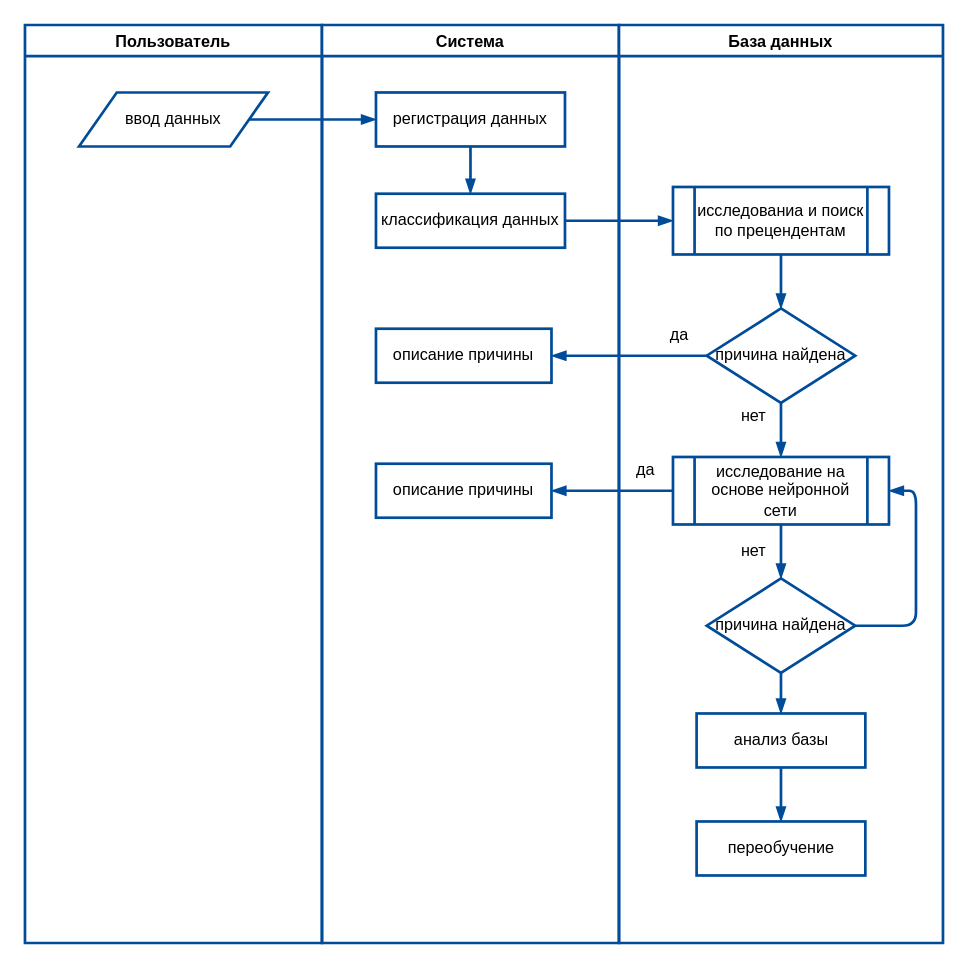
This is page "Page-7" (7 of 14) of DISSER.drawio from almakonde/PhDReport, a draw.io file, before an edit. Source tidied: cells renumbered, new cells numbered last; positions are measured from the earlier drawing's top-left corner, leaving out a move shared by most shapes. Both pictures are drawn from the tidied source at 135%, with x=0, y=0 at pixel (24, 24).
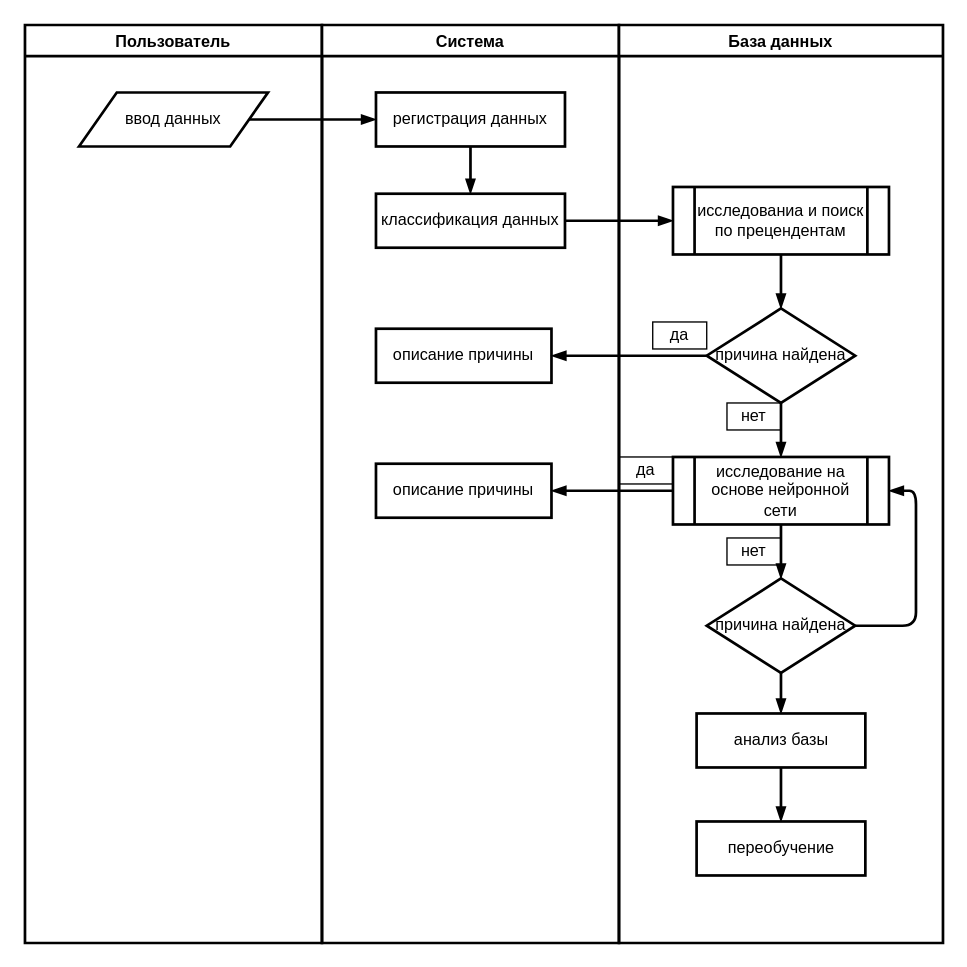
After the change.

Change to the diagram source:
```diff
@@
-    <mxCell id="2" value="Пользователь" style="swimlane;strokeColor=#004C99;strokeWidth=2;" parent="1" vertex="1">
+    <mxCell id="2" value="Пользователь" style="swimlane;strokeColor=#000000;strokeWidth=2;" parent="1" vertex="1">
       <mxGeometry width="220" height="680" as="geometry" />
     </mxCell>
-    <mxCell id="3" value="ввод данных" style="shape=parallelogram;perimeter=parallelogramPerimeter;whiteSpace=wrap;html=1;strokeColor=#004C99;strokeWidth=2;" parent="2" vertex="1">
+    <mxCell id="3" value="ввод данных" style="shape=parallelogram;perimeter=parallelogramPerimeter;whiteSpace=wrap;html=1;strokeColor=#000000;strokeWidth=2;" parent="2" vertex="1">
       <mxGeometry x="40" y="50" width="140" height="40" as="geometry" />
     </mxCell>
-    <mxCell id="4" value="Система" style="swimlane;strokeColor=#004C99;strokeWidth=2;" parent="1" vertex="1">
+    <mxCell id="4" value="Система" style="swimlane;strokeColor=#000000;strokeWidth=2;" parent="1" vertex="1">
       <mxGeometry x="220" width="220" height="680" as="geometry" />
     </mxCell>
-    <mxCell id="5" style="edgeStyle=none;jettySize=auto;html=1;entryX=0.5;entryY=0;entryDx=0;entryDy=0;endArrow=blockThin;endFill=1;strokeColor=#004C99;strokeWidth=2;" parent="4" edge="1" source="6" target="7">
+    <mxCell id="5" style="edgeStyle=none;jettySize=auto;html=1;entryX=0.5;entryY=0;entryDx=0;entryDy=0;endArrow=blockThin;endFill=1;strokeColor=#000000;strokeWidth=2;" parent="4" edge="1" source="6" target="7">
       <mxGeometry relative="1" as="geometry" />
     </mxCell>
-    <mxCell id="6" value="регистрация данных" style="rounded=0;whiteSpace=wrap;html=1;strokeColor=#004C99;strokeWidth=2;" parent="4" vertex="1">
+    <mxCell id="6" value="регистрация данных" style="rounded=0;whiteSpace=wrap;html=1;strokeColor=#000000;strokeWidth=2;" parent="4" vertex="1">
       <mxGeometry x="40" y="50" width="140" height="40" as="geometry" />
     </mxCell>
-    <mxCell id="7" value="классификация данных" style="rounded=0;whiteSpace=wrap;html=1;strokeColor=#004C99;strokeWidth=2;" parent="4" vertex="1">
+    <mxCell id="7" value="классификация данных" style="rounded=0;whiteSpace=wrap;html=1;strokeColor=#000000;strokeWidth=2;" parent="4" vertex="1">
       <mxGeometry x="40" y="125" width="140" height="40" as="geometry" />
     </mxCell>
-    <mxCell id="8" value="описание причины" style="rounded=0;whiteSpace=wrap;html=1;strokeColor=#004C99;strokeWidth=2;" parent="4" vertex="1">
+    <mxCell id="8" value="описание причины" style="rounded=0;whiteSpace=wrap;html=1;strokeColor=#000000;strokeWidth=2;" parent="4" vertex="1">
       <mxGeometry x="40" y="225" width="130" height="40" as="geometry" />
     </mxCell>
-    <mxCell id="9" value="описание причины" style="rounded=0;whiteSpace=wrap;html=1;strokeColor=#004C99;strokeWidth=2;" parent="4" vertex="1">
+    <mxCell id="9" value="описание причины" style="rounded=0;whiteSpace=wrap;html=1;strokeColor=#000000;strokeWidth=2;" parent="4" vertex="1">
       <mxGeometry x="40" y="325" width="130" height="40" as="geometry" />
     </mxCell>
-    <mxCell id="10" value="База данных" style="swimlane;strokeColor=#004C99;strokeWidth=2;" parent="1" vertex="1">
+    <mxCell id="10" value="База данных" style="swimlane;strokeColor=#000000;strokeWidth=2;" parent="1" vertex="1">
       <mxGeometry x="440" width="240" height="680" as="geometry" />
     </mxCell>
-    <mxCell id="11" style="edgeStyle=none;jettySize=auto;html=1;endArrow=blockThin;endFill=1;strokeColor=#004C99;strokeWidth=2;" parent="10" edge="1" source="12" target="14">
+    <mxCell id="11" style="edgeStyle=none;jettySize=auto;html=1;endArrow=blockThin;endFill=1;strokeColor=#000000;strokeWidth=2;" parent="10" edge="1" source="12" target="14">
       <mxGeometry relative="1" as="geometry" />
     </mxCell>
-    <mxCell id="12" value="исследованиа и поиск по прецендентам" style="shape=process;whiteSpace=wrap;html=1;backgroundOutline=1;strokeColor=#004C99;strokeWidth=2;" parent="10" vertex="1">
+    <mxCell id="12" value="исследованиа и поиск по прецендентам" style="shape=process;whiteSpace=wrap;html=1;backgroundOutline=1;strokeColor=#000000;strokeWidth=2;" parent="10" vertex="1">
       <mxGeometry x="40" y="120" width="160" height="50" as="geometry" />
     </mxCell>
-    <mxCell id="13" style="edgeStyle=none;jettySize=auto;html=1;endArrow=blockThin;endFill=1;strokeColor=#004C99;strokeWidth=2;" parent="10" edge="1" source="14" target="16">
+    <mxCell id="13" style="edgeStyle=none;jettySize=auto;html=1;endArrow=blockThin;endFill=1;strokeColor=#000000;strokeWidth=2;" parent="10" edge="1" source="14" target="16">
       <mxGeometry relative="1" as="geometry" />
     </mxCell>
-    <mxCell id="14" value="причина найдена" style="rhombus;whiteSpace=wrap;html=1;strokeColor=#004C99;strokeWidth=2;" parent="10" vertex="1">
+    <mxCell id="14" value="причина найдена" style="rhombus;whiteSpace=wrap;html=1;strokeColor=#000000;strokeWidth=2;" parent="10" vertex="1">
       <mxGeometry x="65" y="210" width="110" height="70" as="geometry" />
     </mxCell>
-    <mxCell id="15" style="edgeStyle=none;jettySize=auto;html=1;entryX=0.5;entryY=0;entryDx=0;entryDy=0;endArrow=blockThin;endFill=1;strokeColor=#004C99;strokeWidth=2;" parent="10" edge="1" source="16" target="19">
+    <mxCell id="15" style="edgeStyle=none;jettySize=auto;html=1;entryX=0.5;entryY=0;entryDx=0;entryDy=0;endArrow=blockThin;endFill=1;strokeColor=#000000;strokeWidth=2;" parent="10" edge="1" source="16" target="19">
       <mxGeometry relative="1" as="geometry" />
     </mxCell>
-    <mxCell id="16" value="исследование на основе нейронной сети" style="shape=process;whiteSpace=wrap;html=1;backgroundOutline=1;strokeColor=#004C99;strokeWidth=2;" parent="10" vertex="1">
+    <mxCell id="16" value="исследование на основе нейронной сети" style="shape=process;whiteSpace=wrap;html=1;backgroundOutline=1;strokeColor=#000000;strokeWidth=2;" parent="10" vertex="1">
       <mxGeometry x="40" y="320" width="160" height="50" as="geometry" />
     </mxCell>
-    <mxCell id="17" style="edgeStyle=none;jettySize=auto;html=1;entryX=0.5;entryY=0;entryDx=0;entryDy=0;endArrow=blockThin;endFill=1;strokeColor=#004C99;strokeWidth=2;" parent="10" edge="1" source="19" target="21">
+    <mxCell id="17" style="edgeStyle=none;jettySize=auto;html=1;entryX=0.5;entryY=0;entryDx=0;entryDy=0;endArrow=blockThin;endFill=1;strokeColor=#000000;strokeWidth=2;" parent="10" edge="1" source="19" target="21">
       <mxGeometry relative="1" as="geometry" />
     </mxCell>
-    <mxCell id="18" style="edgeStyle=none;jettySize=auto;html=1;entryX=1;entryY=0.5;entryDx=0;entryDy=0;endArrow=blockThin;endFill=1;strokeColor=#004C99;strokeWidth=2;" parent="10" edge="1" source="19" target="16">
+    <mxCell id="18" style="edgeStyle=none;jettySize=auto;html=1;entryX=1;entryY=0.5;entryDx=0;entryDy=0;endArrow=blockThin;endFill=1;strokeColor=#000000;strokeWidth=2;" parent="10" edge="1" source="19" target="16">
       <mxGeometry relative="1" as="geometry">
         <Array as="points">
           <mxPoint x="220" y="445" />
           <mxPoint x="220" y="400" />
           <mxPoint x="220" y="345" />
         </Array>
       </mxGeometry>
     </mxCell>
-    <mxCell id="19" value="причина найдена" style="rhombus;whiteSpace=wrap;html=1;strokeColor=#004C99;strokeWidth=2;" parent="10" vertex="1">
+    <mxCell id="19" value="причина найдена" style="rhombus;whiteSpace=wrap;html=1;strokeColor=#000000;strokeWidth=2;" parent="10" vertex="1">
       <mxGeometry x="65" y="410" width="110" height="70" as="geometry" />
     </mxCell>
-    <mxCell id="20" style="edgeStyle=none;jettySize=auto;html=1;entryX=0.5;entryY=0;entryDx=0;entryDy=0;endArrow=blockThin;endFill=1;strokeColor=#004C99;strokeWidth=2;" parent="10" edge="1" source="21" target="22">
+    <mxCell id="20" style="edgeStyle=none;jettySize=auto;html=1;entryX=0.5;entryY=0;entryDx=0;entryDy=0;endArrow=blockThin;endFill=1;strokeColor=#000000;strokeWidth=2;" parent="10" edge="1" source="21" target="22">
       <mxGeometry relative="1" as="geometry" />
     </mxCell>
-    <mxCell id="21" value="анализ базы" style="rounded=0;whiteSpace=wrap;html=1;strokeColor=#004C99;strokeWidth=2;" parent="10" vertex="1">
+    <mxCell id="21" value="анализ базы" style="rounded=0;whiteSpace=wrap;html=1;strokeColor=#000000;strokeWidth=2;" parent="10" vertex="1">
       <mxGeometry x="57.5" y="510" width="125" height="40" as="geometry" />
     </mxCell>
-    <mxCell id="22" value="переобучение" style="rounded=0;whiteSpace=wrap;html=1;strokeColor=#004C99;strokeWidth=2;" parent="10" vertex="1">
+    <mxCell id="22" value="переобучение" style="rounded=0;whiteSpace=wrap;html=1;strokeColor=#000000;strokeWidth=2;" parent="10" vertex="1">
       <mxGeometry x="57.5" y="590" width="125" height="40" as="geometry" />
     </mxCell>
-    <mxCell id="23" value="да" style="text;html=1;strokeColor=none;fillColor=none;align=center;verticalAlign=middle;whiteSpace=wrap;rounded=0;" parent="10" vertex="1">
+    <mxCell id="23" value="да" style="text;html=1;strokeColor=#000000;fillColor=none;align=center;verticalAlign=middle;whiteSpace=wrap;rounded=0;" parent="10" vertex="1">
       <mxGeometry x="25" y="220" width="40" height="20" as="geometry" />
     </mxCell>
-    <mxCell id="24" value="да" style="text;html=1;strokeColor=none;fillColor=none;align=center;verticalAlign=middle;whiteSpace=wrap;rounded=0;" parent="10" vertex="1">
+    <mxCell id="24" value="да" style="text;html=1;strokeColor=#000000;fillColor=none;align=center;verticalAlign=middle;whiteSpace=wrap;rounded=0;" parent="10" vertex="1">
       <mxGeometry y="320" width="40" height="20" as="geometry" />
     </mxCell>
-    <mxCell id="25" value="нет" style="text;html=1;strokeColor=none;fillColor=none;align=center;verticalAlign=middle;whiteSpace=wrap;rounded=0;" parent="10" vertex="1">
+    <mxCell id="25" value="нет" style="text;html=1;strokeColor=#000000;fillColor=none;align=center;verticalAlign=middle;whiteSpace=wrap;rounded=0;" parent="10" vertex="1">
       <mxGeometry x="80" y="280" width="40" height="20" as="geometry" />
     </mxCell>
-    <mxCell id="26" value="нет" style="text;html=1;strokeColor=none;fillColor=none;align=center;verticalAlign=middle;whiteSpace=wrap;rounded=0;" parent="10" vertex="1">
+    <mxCell id="26" value="нет" style="text;html=1;strokeColor=#000000;fillColor=none;align=center;verticalAlign=middle;whiteSpace=wrap;rounded=0;" parent="10" vertex="1">
       <mxGeometry x="80" y="380" width="40" height="20" as="geometry" />
     </mxCell>
-    <mxCell id="27" style="edgeStyle=none;jettySize=auto;html=1;entryX=0;entryY=0.5;entryDx=0;entryDy=0;endArrow=blockThin;endFill=1;strokeColor=#004C99;strokeWidth=2;" parent="1" edge="1" source="3" target="6">
+    <mxCell id="27" style="edgeStyle=none;jettySize=auto;html=1;entryX=0;entryY=0.5;entryDx=0;entryDy=0;endArrow=blockThin;endFill=1;strokeColor=#000000;strokeWidth=2;" parent="1" edge="1" source="3" target="6">
       <mxGeometry relative="1" as="geometry" />
     </mxCell>
-    <mxCell id="28" style="edgeStyle=none;jettySize=auto;html=1;endArrow=blockThin;endFill=1;strokeColor=#004C99;strokeWidth=2;" parent="1" edge="1" source="7" target="12">
+    <mxCell id="28" style="edgeStyle=none;jettySize=auto;html=1;endArrow=blockThin;endFill=1;strokeColor=#000000;strokeWidth=2;" parent="1" edge="1" source="7" target="12">
       <mxGeometry relative="1" as="geometry" />
     </mxCell>
-    <mxCell id="29" style="edgeStyle=none;jettySize=auto;html=1;entryX=1;entryY=0.5;entryDx=0;entryDy=0;endArrow=blockThin;endFill=1;strokeColor=#004C99;strokeWidth=2;" parent="1" edge="1" source="14" target="8">
+    <mxCell id="29" style="edgeStyle=none;jettySize=auto;html=1;entryX=1;entryY=0.5;entryDx=0;entryDy=0;endArrow=blockThin;endFill=1;strokeColor=#000000;strokeWidth=2;" parent="1" edge="1" source="14" target="8">
       <mxGeometry relative="1" as="geometry" />
     </mxCell>
-    <mxCell id="30" style="edgeStyle=none;jettySize=auto;html=1;entryX=1;entryY=0.5;entryDx=0;entryDy=0;endArrow=blockThin;endFill=1;strokeColor=#004C99;strokeWidth=2;" parent="1" edge="1" source="16" target="9">
+    <mxCell id="30" style="edgeStyle=none;jettySize=auto;html=1;entryX=1;entryY=0.5;entryDx=0;entryDy=0;endArrow=blockThin;endFill=1;strokeColor=#000000;strokeWidth=2;" parent="1" edge="1" source="16" target="9">
       <mxGeometry relative="1" as="geometry" />
     </mxCell>
```
